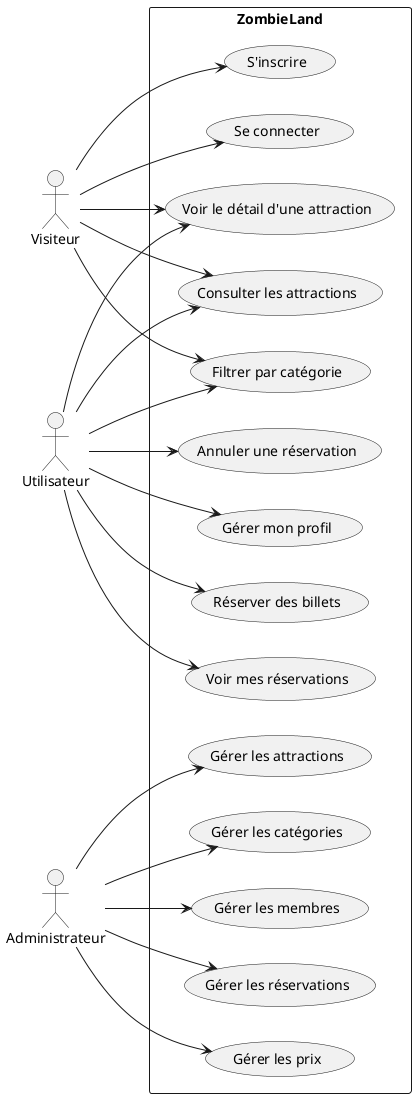
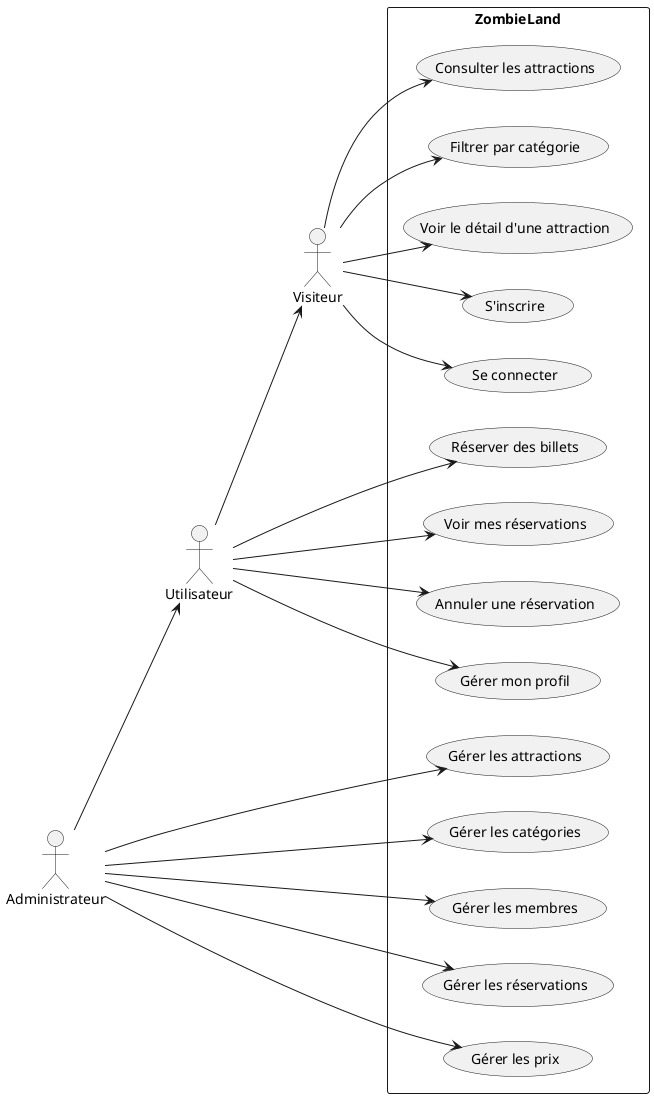
@startuml use_cases_zombieland

left to right direction

actor "Visiteur" as visitor
actor "Utilisateur" as user
actor "Administrateur" as admin

rectangle ZombieLand {
  usecase "Consulter les attractions" as UC1
  usecase "Filtrer par catégorie" as UC2
  usecase "Voir le détail d'une attraction" as UC3
  usecase "S'inscrire" as UC4
  usecase "Se connecter" as UC5
  usecase "Réserver des billets" as UC6
  usecase "Voir mes réservations" as UC7
  usecase "Annuler une réservation" as UC8
  usecase "Gérer mon profil" as UC9
  usecase "Gérer les attractions" as UC10
  usecase "Gérer les catégories" as UC11
  usecase "Gérer les membres" as UC12
  usecase "Gérer les réservations" as UC13
  usecase "Gérer les prix" as UC14
}

visitor --> UC1
visitor --> UC2
visitor --> UC3
visitor --> UC4
visitor --> UC5

- user --> UC1
- user --> UC2
- user --> UC3
+ user --> visitor
+ 
user --> UC6
user --> UC7
user --> UC8
user --> UC9
+ 
+ admin --> user

admin --> UC10
admin --> UC11
admin --> UC12
admin --> UC13
admin --> UC14




@enduml